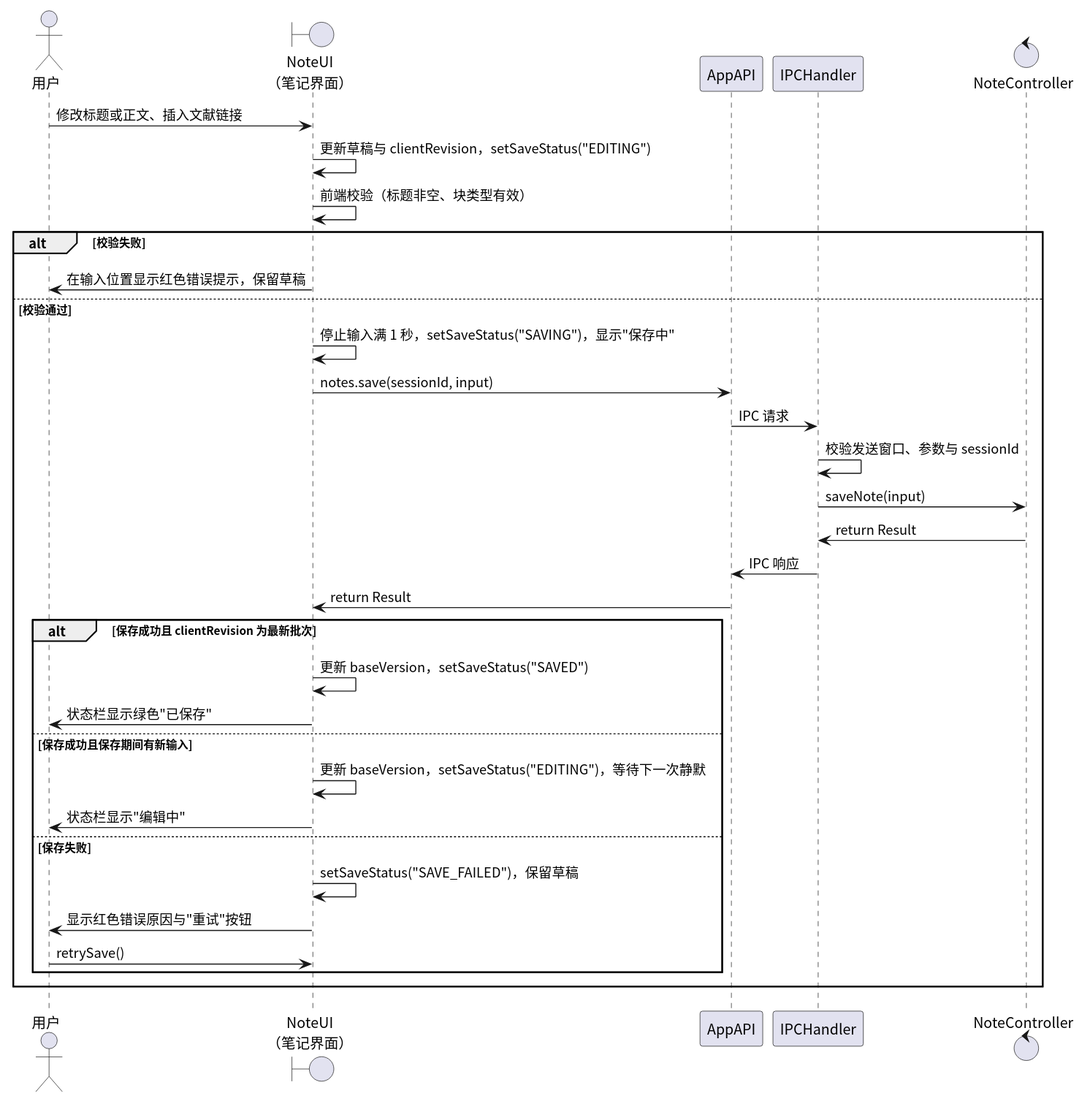
Earlier version of the PlantUML export docs/SE_Experiment/design/figures/ui-note.svg (AlanRosston/labloom).
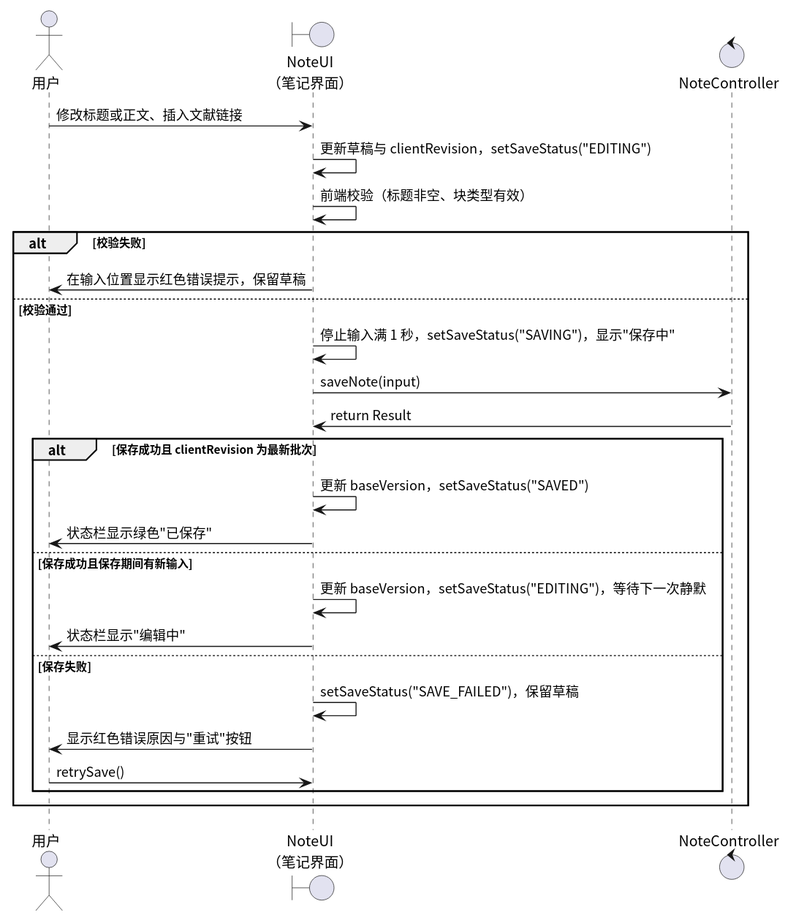
After the change.

Change to the diagram source:
```diff
@@ -2,8 +2,6 @@
 !include _style_sample.iuml
 actor 用户
 boundary NoteUI as "NoteUI\n（笔记界面）"
-participant AppAPI
-participant IPCHandler
 control NoteController
 
 用户 -> NoteUI: 修改标题或正文、插入文献链接
@@ -13,13 +11,8 @@
   NoteUI -> 用户: 在输入位置显示红色错误提示，保留草稿
 else 校验通过
   NoteUI -> NoteUI: 停止输入满 1 秒，setSaveStatus("SAVING")，显示"保存中"
-  NoteUI -> AppAPI: notes.save(sessionId, input)
-  AppAPI -> IPCHandler: IPC 请求
-  IPCHandler -> IPCHandler: 校验发送窗口、参数与 sessionId
-  IPCHandler -> NoteController: saveNote(input)
-  NoteController -> IPCHandler: return Result
-  IPCHandler -> AppAPI: IPC 响应
-  AppAPI -> NoteUI: return Result
+  NoteUI -> NoteController: saveNote(input)
+  NoteController -> NoteUI: return Result
   alt 保存成功且 clientRevision 为最新批次
     NoteUI -> NoteUI: 更新 baseVersion，setSaveStatus("SAVED")
     NoteUI -> 用户: 状态栏显示绿色"已保存"
```
